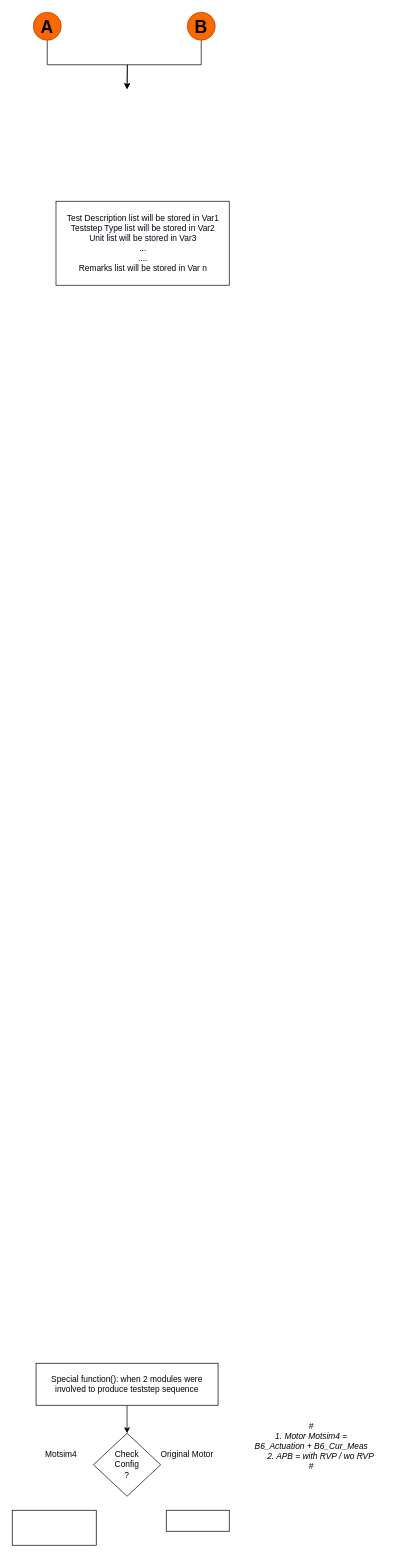
Earlier version of the draw.io diagram page "Page-2" (2 of 2) of Untitled Diagram.drawio (Manideep22/STT). Source tidied: cells renumbered, new cells numbered last; positions are measured from the earlier drawing's top-left corner, leaving out a move shared by most shapes. Both pictures are drawn from the tidied source at 70%, with x=0, y=0 at pixel (12, 12).
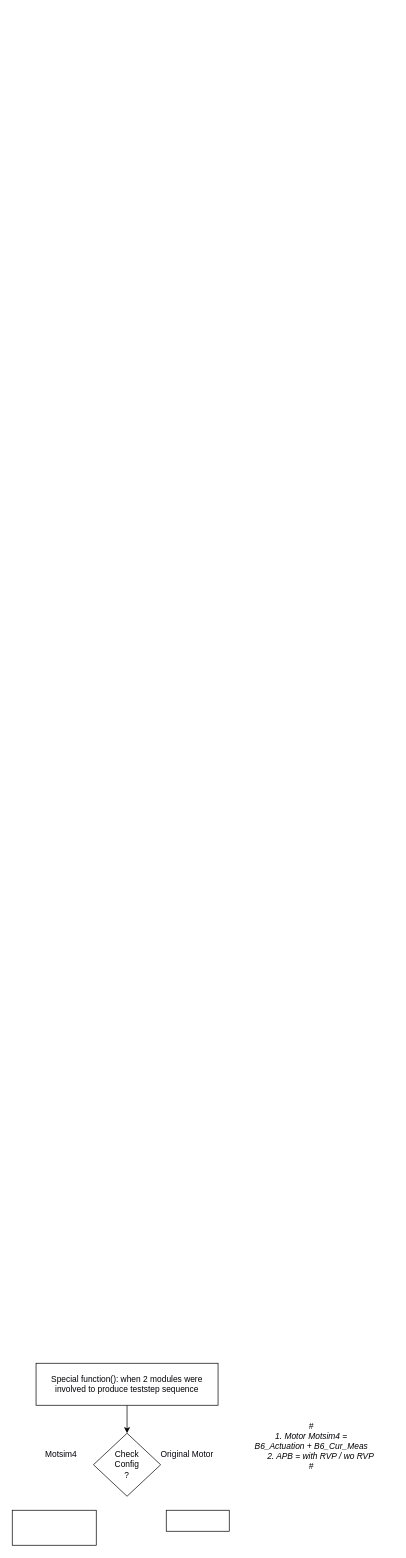
The same diagram, later.

What changed in the source:
```diff
@@
 <mxGraphModel>
   <root>
     <mxCell id="0" />
     <mxCell id="1" parent="0" />
     <mxCell id="2" style="edgeStyle=orthogonalEdgeStyle;rounded=0;jettySize=auto;html=1;exitX=0.5;exitY=1;exitDx=0;exitDy=0;entryX=0.5;entryY=0;entryDx=0;entryDy=0;fontColor=#000005;" parent="1" edge="1" source="3" target="6">
       <mxGeometry relative="1" as="geometry" />
     </mxCell>
     <mxCell id="3" value="&lt;div&gt;&lt;br&gt;&lt;/div&gt;&lt;div&gt;Special function(): when 2 modules were involved to produce teststep sequence &lt;/div&gt;&lt;div&gt;&lt;br&gt;&lt;/div&gt;" style="rounded=0;whiteSpace=wrap;html=1;fontColor=#000005;" parent="1" vertex="1">
       <mxGeometry x="34" y="1930" width="260" height="60" as="geometry" />
     </mxCell>
     <mxCell id="4" value="&lt;div&gt;# &lt;br&gt;&lt;/div&gt;&lt;div&gt;1. Motor Motsim4 = &lt;br&gt;&lt;/div&gt;&lt;div&gt;B6_Actuation + B6_Cur_Meas&lt;/div&gt;&lt;div&gt;&amp;nbsp;&amp;nbsp;&amp;nbsp;&amp;nbsp;&amp;nbsp;&amp;nbsp;&amp;nbsp; 2. APB = with RVP / wo RVP&lt;/div&gt;&lt;div&gt; #&lt;/div&gt;" style="text;html=1;strokeColor=none;fillColor=none;align=center;verticalAlign=middle;whiteSpace=wrap;rounded=0;fontColor=#000005;fontStyle=2;" parent="1" vertex="1">
       <mxGeometry x="310" y="2000" width="235" height="97" as="geometry" />
     </mxCell>
     <mxCell id="5" style="rounded=0;whiteSpace=wrap;html=1;fontColor=#000005;" parent="1" vertex="1">
       <mxGeometry y="2140" width="120" height="50" as="geometry" />
     </mxCell>
     <mxCell id="6" value="&lt;div&gt;Check &lt;br&gt;&lt;/div&gt;&lt;div&gt;Config&lt;/div&gt;&lt;div&gt;?&lt;br&gt;&lt;/div&gt;" style="rhombus;whiteSpace=wrap;html=1;fontColor=#000005;" parent="1" vertex="1">
       <mxGeometry x="116" y="2030" width="96" height="90" as="geometry" />
     </mxCell>
     <mxCell id="7" style="rounded=0;whiteSpace=wrap;html=1;fontColor=#000005;" parent="1" vertex="1">
       <mxGeometry x="220" y="2140" width="90" height="30" as="geometry" />
     </mxCell>
     <mxCell id="8" value="&lt;font color=&quot;#03030D&quot;&gt;Original Motor&lt;/font&gt;" style="text;html=1;strokeColor=none;fillColor=none;align=center;verticalAlign=middle;whiteSpace=wrap;overflow=hidden;labelBackgroundColor=none;fontColor=#3333FF;" parent="1" vertex="1">
       <mxGeometry x="210" y="2050" width="80" height="20" as="geometry" />
     </mxCell>
     <mxCell id="9" value="&lt;font color=&quot;#02020A&quot;&gt;Motsim4&lt;/font&gt;" style="text;html=1;strokeColor=none;fillColor=none;align=center;verticalAlign=middle;whiteSpace=wrap;overflow=hidden;labelBackgroundColor=none;fontColor=#3333FF;" parent="1" vertex="1">
       <mxGeometry x="30" y="2050" width="80" height="20" as="geometry" />
     </mxCell>
-    <mxCell id="10" style="edgeStyle=orthogonalEdgeStyle;rounded=0;jettySize=auto;html=1;exitX=0.5;exitY=1;exitDx=0;exitDy=0;entryX=0.5;entryY=0;entryDx=0;entryDy=0;fontSize=11;fontColor=#03030D;" parent="1" edge="1" source="11">
-      <mxGeometry relative="1" as="geometry">
-        <mxPoint x="164" y="110" as="targetPoint" />
-      </mxGeometry>
-    </mxCell>
-    <mxCell id="11" value="A" style="ellipse;whiteSpace=wrap;html=1;labelBackgroundColor=none;fontColor=#000000;strokeColor=#C73500;fillColor=#fa6800;fontStyle=1;fontSize=25;" parent="1" vertex="1">
-      <mxGeometry x="30" width="40" height="40" as="geometry" />
-    </mxCell>
-    <mxCell id="12" style="edgeStyle=orthogonalEdgeStyle;rounded=0;jettySize=auto;html=1;exitX=0.5;exitY=1;exitDx=0;exitDy=0;entryX=0.5;entryY=0;entryDx=0;entryDy=0;fontSize=11;fontColor=#03030D;" parent="1" edge="1" source="13">
-      <mxGeometry relative="1" as="geometry">
-        <mxPoint x="164" y="110" as="targetPoint" />
-      </mxGeometry>
-    </mxCell>
-    <mxCell id="13" value="B" style="ellipse;whiteSpace=wrap;html=1;labelBackgroundColor=none;fontColor=#000000;strokeColor=#C73500;fillColor=#fa6800;fontStyle=1;fontSize=25;" parent="1" vertex="1">
-      <mxGeometry x="250" width="40" height="40" as="geometry" />
-    </mxCell>
-    <mxCell id="14" value="&lt;div&gt;&lt;br&gt;&lt;/div&gt;&lt;div&gt;&lt;br&gt;&lt;/div&gt;&lt;div&gt;&lt;br&gt;&lt;/div&gt;&lt;div&gt;Test Description list will be stored in Var1&lt;/div&gt;&lt;div&gt;&lt;div&gt;Teststep Type list will be stored in Var2&lt;br&gt;&lt;div&gt;Unit list will be stored in Var3&lt;br&gt;...&lt;/div&gt;&lt;div&gt;....&lt;/div&gt;&lt;div&gt;Remarks list will be stored in Var n&lt;div&gt;&lt;br&gt;&lt;br&gt;&lt;/div&gt;&lt;/div&gt;&lt;/div&gt;&lt;/div&gt;&lt;div&gt;&lt;br&gt;&lt;/div&gt;" style="rounded=0;whiteSpace=wrap;html=1;labelBackgroundColor=none;fontColor=#03030D;strokeColor=#0A0900;" parent="1" vertex="1">
-      <mxGeometry x="62.5" y="270" width="247.5" height="120" as="geometry" />
-    </mxCell>
   </root>
 </mxGraphModel>
```
